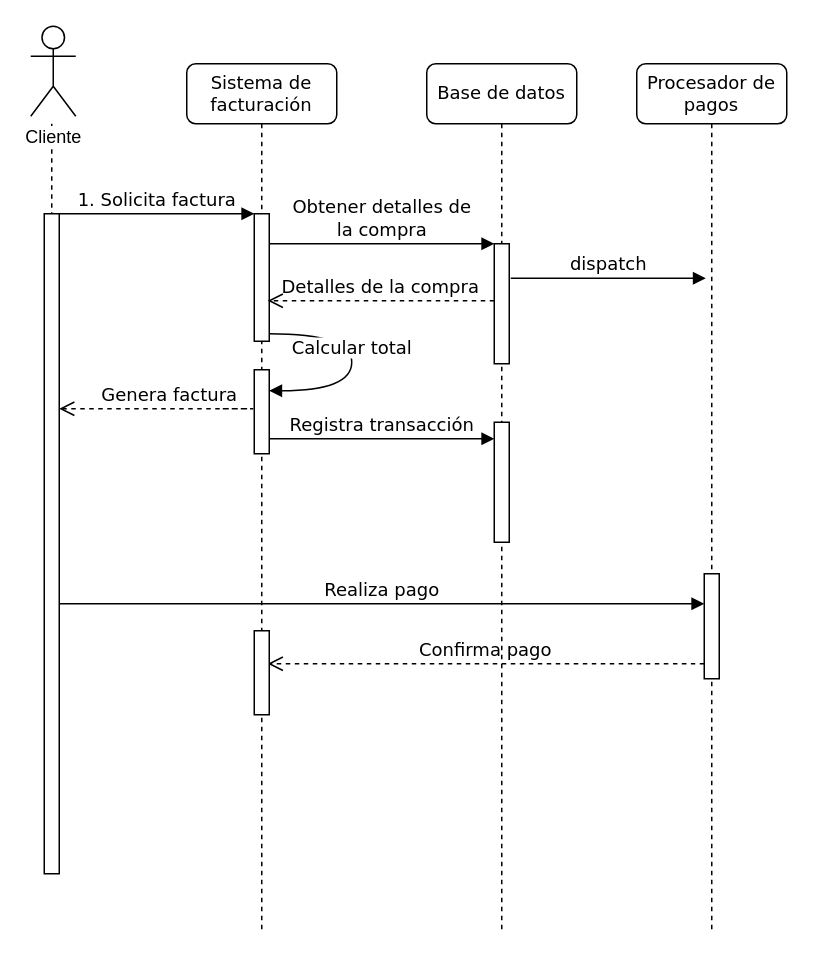
Before: Secuencia 110325.drawio in andreamorenom/Laboratorio-Empresarial, a draw.io diagram. Source tidied: cells renumbered, new cells numbered last; positions are measured from the earlier drawing's top-left corner, leaving out a move shared by most shapes. Both pictures are drawn from the tidied source at 150%, with x=0, y=0 at pixel (30, 26).
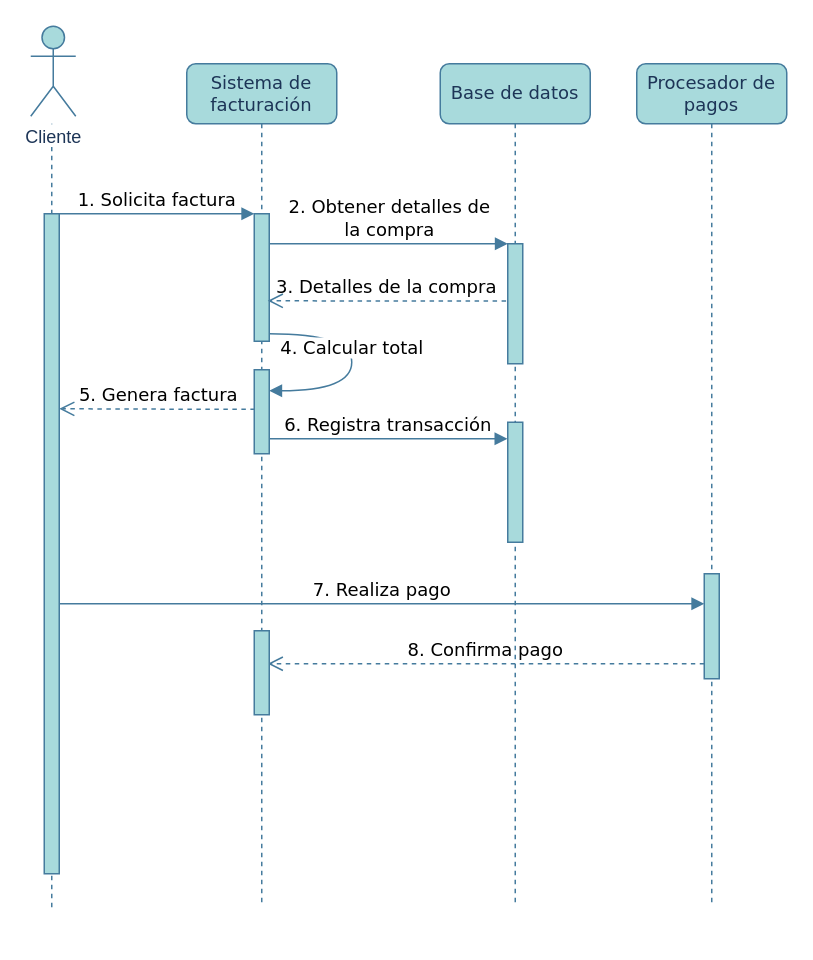
The same diagram, later.

The edit, as a diff of the source:
```diff
@@
-    <mxCell id="2" style="endArrow=none;dashed=1;html=1;rounded=0;" parent="1" edge="1">
+    <mxCell id="2" style="endArrow=none;dashed=1;html=1;rounded=0;labelBackgroundColor=none;strokeColor=#457B9D;fontColor=default;" parent="1" edge="1">
       <mxGeometry relative="1" as="geometry">
-        <mxPoint x="14" y="145" as="sourcePoint" />
+        <mxPoint x="14" y="587.3" as="sourcePoint" />
         <mxPoint x="14" y="65" as="targetPoint" />
       </mxGeometry>
     </mxCell>
-    <mxCell id="3" value="Sistema de facturación" style="shape=umlLifeline;perimeter=lifelinePerimeter;whiteSpace=wrap;html=1;rounded=1;shadow=0;comic=0;labelBackgroundColor=none;strokeWidth=1;fontFamily=Verdana;fontSize=12;align=center;" parent="1" vertex="1">
-      <mxGeometry x="104" y="25" width="100" height="580" as="geometry" />
+    <mxCell id="3" value="Sistema de facturación" style="shape=umlLifeline;perimeter=lifelinePerimeter;whiteSpace=wrap;html=1;rounded=1;shadow=0;comic=0;labelBackgroundColor=none;strokeWidth=1;fontFamily=Verdana;fontSize=12;align=center;fillColor=#A8DADC;strokeColor=#457B9D;fontColor=#1D3557;" parent="1" vertex="1">
+      <mxGeometry x="104" y="25" width="100" height="560" as="geometry" />
     </mxCell>
-    <mxCell id="4" style="html=1;points=[];perimeter=orthogonalPerimeter;rounded=0;shadow=0;comic=0;labelBackgroundColor=none;strokeWidth=1;fontFamily=Verdana;fontSize=12;align=center;" parent="3" vertex="1">
+    <mxCell id="4" style="html=1;points=[];perimeter=orthogonalPerimeter;rounded=0;shadow=0;comic=0;labelBackgroundColor=none;strokeWidth=1;fontFamily=Verdana;fontSize=12;align=center;fillColor=#A8DADC;strokeColor=#457B9D;fontColor=#1D3557;" parent="3" vertex="1">
       <mxGeometry x="45" y="100" width="10" height="85" as="geometry" />
     </mxCell>
-    <mxCell id="5" value="Base de datos" style="shape=umlLifeline;perimeter=lifelinePerimeter;whiteSpace=wrap;html=1;rounded=1;shadow=0;comic=0;labelBackgroundColor=none;strokeWidth=1;fontFamily=Verdana;fontSize=12;align=center;" parent="1" vertex="1">
-      <mxGeometry x="264" y="25" width="100" height="580" as="geometry" />
+    <mxCell id="5" value="Base de datos" style="shape=umlLifeline;perimeter=lifelinePerimeter;whiteSpace=wrap;html=1;rounded=1;shadow=0;comic=0;labelBackgroundColor=none;strokeWidth=1;fontFamily=Verdana;fontSize=12;align=center;fillColor=#A8DADC;strokeColor=#457B9D;fontColor=#1D3557;" parent="1" vertex="1">
+      <mxGeometry x="273" y="25" width="100" height="560" as="geometry" />
     </mxCell>
-    <mxCell id="6" style="html=1;points=[];perimeter=orthogonalPerimeter;rounded=0;shadow=0;comic=0;labelBackgroundColor=none;strokeWidth=1;fontFamily=Verdana;fontSize=12;align=center;" parent="5" vertex="1">
+    <mxCell id="6" style="html=1;points=[];perimeter=orthogonalPerimeter;rounded=0;shadow=0;comic=0;labelBackgroundColor=none;strokeWidth=1;fontFamily=Verdana;fontSize=12;align=center;fillColor=#A8DADC;strokeColor=#457B9D;fontColor=#1D3557;" parent="5" vertex="1">
       <mxGeometry x="45" y="120" width="10" height="80" as="geometry" />
     </mxCell>
-    <mxCell id="7" value="Procesador de pagos" style="shape=umlLifeline;perimeter=lifelinePerimeter;whiteSpace=wrap;html=1;rounded=1;shadow=0;comic=0;labelBackgroundColor=none;strokeWidth=1;fontFamily=Verdana;fontSize=12;align=center;" parent="1" vertex="1">
-      <mxGeometry x="404" y="25" width="100" height="580" as="geometry" />
+    <mxCell id="7" value="Procesador de pagos" style="shape=umlLifeline;perimeter=lifelinePerimeter;whiteSpace=wrap;html=1;rounded=1;shadow=0;comic=0;labelBackgroundColor=none;strokeWidth=1;fontFamily=Verdana;fontSize=12;align=center;fillColor=#A8DADC;strokeColor=#457B9D;fontColor=#1D3557;" parent="1" vertex="1">
+      <mxGeometry x="404" y="25" width="100" height="560" as="geometry" />
     </mxCell>
-    <mxCell id="8" style="html=1;perimeter=orthogonalPerimeter;rounded=0;shadow=0;comic=0;labelBackgroundColor=none;strokeWidth=1;fontFamily=Verdana;fontSize=12;align=center;" parent="1" vertex="1">
+    <mxCell id="8" style="html=1;perimeter=orthogonalPerimeter;rounded=0;shadow=0;comic=0;labelBackgroundColor=none;strokeWidth=1;fontFamily=Verdana;fontSize=12;align=center;fillColor=#A8DADC;strokeColor=#457B9D;fontColor=#1D3557;" parent="1" vertex="1">
       <mxGeometry x="449" y="365" width="10" height="70" as="geometry" />
     </mxCell>
-    <mxCell id="9" value="dispatch" style="html=1;verticalAlign=bottom;endArrow=block;labelBackgroundColor=none;fontFamily=Verdana;fontSize=12;edgeStyle=elbowEdgeStyle;elbow=vertical;" parent="1" edge="1">
-      <mxGeometry relative="1" as="geometry">
-        <mxPoint x="320" y="168" as="sourcePoint" />
-        <mxPoint x="450" y="168" as="targetPoint" />
-        <Array as="points">
-          <mxPoint x="325" y="168" />
-        </Array>
-      </mxGeometry>
-    </mxCell>
-    <mxCell id="10" value="Realiza pago" style="html=1;verticalAlign=bottom;endArrow=block;entryX=0;entryY=0;labelBackgroundColor=none;fontFamily=Verdana;fontSize=12;" parent="1" edge="1" source="14">
+    <mxCell id="10" value="7. Realiza pago" style="html=1;verticalAlign=bottom;endArrow=block;entryX=0;entryY=0;labelBackgroundColor=none;fontFamily=Verdana;fontSize=12;strokeColor=#457B9D;fontColor=default;" parent="1" edge="1" source="14">
       <mxGeometry relative="1" as="geometry">
         <mxPoint x="449" y="385" as="targetPoint" />
       </mxGeometry>
     </mxCell>
-    <mxCell id="11" value="Confirma pago" style="html=1;verticalAlign=bottom;endArrow=open;dashed=1;endSize=8;labelBackgroundColor=none;fontFamily=Verdana;fontSize=12;edgeStyle=elbowEdgeStyle;elbow=vertical;" parent="1" edge="1">
+    <mxCell id="11" value="8. Confirma pago" style="html=1;verticalAlign=bottom;endArrow=open;dashed=1;endSize=8;labelBackgroundColor=none;fontFamily=Verdana;fontSize=12;edgeStyle=elbowEdgeStyle;elbow=vertical;strokeColor=#457B9D;fontColor=default;" parent="1" edge="1">
       <mxGeometry relative="1" as="geometry">
         <mxPoint x="449" y="425" as="sourcePoint" />
         <mxPoint x="158" y="425" as="targetPoint" />
         <Array as="points">
           <mxPoint x="434" y="425" />
         </Array>
       </mxGeometry>
     </mxCell>
-    <mxCell id="12" value="1. Solicita factura" style="html=1;verticalAlign=bottom;endArrow=block;entryX=0;entryY=0;labelBackgroundColor=none;fontFamily=Verdana;fontSize=12;edgeStyle=elbowEdgeStyle;elbow=vertical;" parent="1" edge="1" source="14" target="4">
+    <mxCell id="12" value="1. Solicita factura" style="html=1;verticalAlign=bottom;endArrow=block;entryX=0;entryY=0;labelBackgroundColor=none;fontFamily=Verdana;fontSize=12;edgeStyle=elbowEdgeStyle;elbow=vertical;strokeColor=#457B9D;fontColor=default;" parent="1" edge="1" source="14" target="4">
       <mxGeometry relative="1" as="geometry" />
     </mxCell>
-    <mxCell id="13" value="Obtener detalles de&lt;br&gt;la compra" style="html=1;verticalAlign=bottom;endArrow=block;entryX=0;entryY=0;labelBackgroundColor=none;fontFamily=Verdana;fontSize=12;edgeStyle=elbowEdgeStyle;elbow=vertical;" parent="1" edge="1" source="4" target="6">
+    <mxCell id="13" value="2. Obtener detalles de&lt;br&gt;la compra" style="html=1;verticalAlign=bottom;endArrow=block;entryX=0;entryY=0;labelBackgroundColor=none;fontFamily=Verdana;fontSize=12;edgeStyle=elbowEdgeStyle;elbow=vertical;strokeColor=#457B9D;fontColor=default;" parent="1" edge="1" source="4" target="6">
       <mxGeometry relative="1" as="geometry" />
     </mxCell>
-    <mxCell id="14" style="html=1;points=[];perimeter=orthogonalPerimeter;rounded=0;shadow=0;comic=0;labelBackgroundColor=none;strokeWidth=1;fontFamily=Verdana;fontSize=12;align=center;" parent="1" vertex="1">
+    <mxCell id="14" style="html=1;points=[];perimeter=orthogonalPerimeter;rounded=0;shadow=0;comic=0;labelBackgroundColor=none;strokeWidth=1;fontFamily=Verdana;fontSize=12;align=center;fillColor=#A8DADC;strokeColor=#457B9D;fontColor=#1D3557;" parent="1" vertex="1">
       <mxGeometry x="9" y="125" width="10" height="440" as="geometry" />
     </mxCell>
-    <mxCell id="15" value="&lt;span style=&quot;background-color: light-dark(#ffffff, var(--ge-dark-color, #121212));&quot;&gt;Cliente&lt;/span&gt;" style="shape=umlActor;verticalLabelPosition=bottom;verticalAlign=top;html=1;" parent="1" vertex="1">
+    <mxCell id="15" value="&lt;span style=&quot;background-color: light-dark(#ffffff, var(--ge-dark-color, #121212));&quot;&gt;Cliente&lt;/span&gt;" style="shape=umlActor;verticalLabelPosition=bottom;verticalAlign=top;html=1;labelBackgroundColor=none;fillColor=#A8DADC;strokeColor=#457B9D;fontColor=#1D3557;" parent="1" vertex="1">
       <mxGeometry width="30" height="60" as="geometry" />
     </mxCell>
-    <mxCell id="16" value="Detalles de la compra" style="html=1;verticalAlign=bottom;endArrow=open;dashed=1;endSize=8;labelBackgroundColor=none;fontFamily=Verdana;fontSize=12;edgeStyle=elbowEdgeStyle;elbow=horizontal;" parent="1" edge="1">
+    <mxCell id="16" value="3. Detalles de la compra" style="html=1;verticalAlign=bottom;endArrow=open;dashed=1;endSize=8;labelBackgroundColor=none;fontFamily=Verdana;fontSize=12;edgeStyle=elbowEdgeStyle;elbow=horizontal;exitX=-0.111;exitY=0.478;exitDx=0;exitDy=0;exitPerimeter=0;strokeColor=#457B9D;fontColor=default;" parent="1" edge="1" source="6">
       <mxGeometry relative="1" as="geometry">
-        <mxPoint x="309" y="183" as="sourcePoint" />
         <mxPoint x="158" y="183" as="targetPoint" />
         <Array as="points">
           <mxPoint x="254" y="183" />
           <mxPoint x="284" y="183" />
         </Array>
       </mxGeometry>
     </mxCell>
-    <mxCell id="17" style="html=1;points=[];perimeter=orthogonalPerimeter;rounded=0;shadow=0;comic=0;labelBackgroundColor=none;strokeWidth=1;fontFamily=Verdana;fontSize=12;align=center;" parent="1" vertex="1">
+    <mxCell id="17" style="html=1;points=[];perimeter=orthogonalPerimeter;rounded=0;shadow=0;comic=0;labelBackgroundColor=none;strokeWidth=1;fontFamily=Verdana;fontSize=12;align=center;fillColor=#A8DADC;strokeColor=#457B9D;fontColor=#1D3557;" parent="1" vertex="1">
       <mxGeometry x="149" y="229" width="10" height="56" as="geometry" />
     </mxCell>
-    <mxCell id="18" value="&lt;span style=&quot;background-color: light-dark(#ffffff, var(--ge-dark-color, #121212));&quot;&gt;Calcular total&lt;/span&gt;" style="html=1;verticalAlign=bottom;endArrow=block;labelBackgroundColor=none;fontFamily=Verdana;fontSize=12;elbow=vertical;edgeStyle=orthogonalEdgeStyle;curved=1;entryX=1;entryY=0.286;entryPerimeter=0;exitX=1.038;exitY=0.345;exitPerimeter=0;" parent="1" edge="1">
+    <mxCell id="18" value="&lt;span style=&quot;background-color: light-dark(#ffffff, var(--ge-dark-color, #121212));&quot;&gt;4. Calcular total&lt;/span&gt;" style="html=1;verticalAlign=bottom;endArrow=block;labelBackgroundColor=none;fontFamily=Verdana;fontSize=12;elbow=vertical;edgeStyle=orthogonalEdgeStyle;curved=1;entryX=1;entryY=0.286;entryPerimeter=0;exitX=1.038;exitY=0.345;exitPerimeter=0;strokeColor=#457B9D;fontColor=default;" parent="1" edge="1">
       <mxGeometry relative="1" as="geometry">
         <mxPoint x="159" y="205" as="sourcePoint" />
         <mxPoint x="159" y="243" as="targetPoint" />
         <Array as="points">
           <mxPoint x="214" y="205" />
           <mxPoint x="214" y="243" />
         </Array>
       </mxGeometry>
     </mxCell>
-    <mxCell id="19" value="Genera factura&amp;nbsp; &amp;nbsp;" style="html=1;verticalAlign=bottom;endArrow=open;dashed=1;endSize=8;labelBackgroundColor=none;fontFamily=Verdana;fontSize=12;edgeStyle=elbowEdgeStyle;elbow=horizontal;align=center;" parent="1" edge="1">
+    <mxCell id="19" value="5. Genera factura" style="html=1;verticalAlign=bottom;endArrow=open;dashed=1;endSize=8;labelBackgroundColor=none;fontFamily=Verdana;fontSize=12;edgeStyle=elbowEdgeStyle;elbow=horizontal;align=center;exitX=0.041;exitY=0.47;exitDx=0;exitDy=0;exitPerimeter=0;strokeColor=#457B9D;fontColor=default;" parent="1" edge="1" source="17">
       <mxGeometry relative="1" as="geometry">
-        <mxPoint x="128" y="255" as="sourcePoint" />
         <mxPoint x="19" y="255" as="targetPoint" />
         <Array as="points">
-          <mxPoint x="153" y="255" />
+          <mxPoint x="104" y="215" />
           <mxPoint x="183" y="255" />
         </Array>
       </mxGeometry>
     </mxCell>
-    <mxCell id="20" value="Registra transacción" style="html=1;verticalAlign=bottom;endArrow=block;entryX=0;entryY=0;labelBackgroundColor=none;fontFamily=Verdana;fontSize=12;edgeStyle=elbowEdgeStyle;elbow=vertical;" parent="1" edge="1">
+    <mxCell id="20" value="6. Registra transacción" style="html=1;verticalAlign=bottom;endArrow=block;labelBackgroundColor=none;fontFamily=Verdana;fontSize=12;edgeStyle=elbowEdgeStyle;elbow=vertical;entryX=-0.022;entryY=0.138;entryDx=0;entryDy=0;entryPerimeter=0;strokeColor=#457B9D;fontColor=default;" parent="1" edge="1" target="21">
       <mxGeometry relative="1" as="geometry">
         <mxPoint x="159" y="275" as="sourcePoint" />
-        <mxPoint x="309" y="275" as="targetPoint" />
       </mxGeometry>
     </mxCell>
-    <mxCell id="21" style="html=1;points=[];perimeter=orthogonalPerimeter;rounded=0;shadow=0;comic=0;labelBackgroundColor=none;strokeWidth=1;fontFamily=Verdana;fontSize=12;align=center;" parent="1" vertex="1">
-      <mxGeometry x="309" y="264" width="10" height="80" as="geometry" />
+    <mxCell id="21" style="html=1;points=[];perimeter=orthogonalPerimeter;rounded=0;shadow=0;comic=0;labelBackgroundColor=none;strokeWidth=1;fontFamily=Verdana;fontSize=12;align=center;fillColor=#A8DADC;strokeColor=#457B9D;fontColor=#1D3557;" parent="1" vertex="1">
+      <mxGeometry x="318" y="264" width="10" height="80" as="geometry" />
     </mxCell>
-    <mxCell id="22" style="html=1;perimeter=orthogonalPerimeter;rounded=0;shadow=0;comic=0;labelBackgroundColor=none;strokeWidth=1;fontFamily=Verdana;fontSize=12;align=center;" parent="1" vertex="1">
+    <mxCell id="22" style="html=1;perimeter=orthogonalPerimeter;rounded=0;shadow=0;comic=0;labelBackgroundColor=none;strokeWidth=1;fontFamily=Verdana;fontSize=12;align=center;fillColor=#A8DADC;strokeColor=#457B9D;fontColor=#1D3557;" parent="1" vertex="1">
       <mxGeometry x="149" y="403" width="10" height="56" as="geometry" />
     </mxCell>
```
